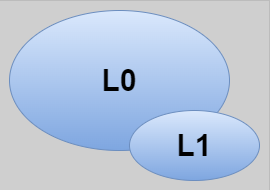
The draw.io diagram docs/assets/testing/legend-L0-L1.drawio.png in ready-to-release/eac, before a commit. Source tidied: cells renumbered, new cells last; positions are measured from the earlier drawing's top-left corner, leaving out a move shared by most shapes.
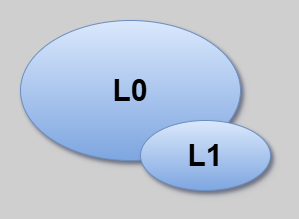
Above is the later version.

Change to the diagram source:
```diff
@@ -1,15 +1,15 @@
-<mxGraphModel background="#CFCFCF">
+<mxGraphModel background="#CFCFCF" shadow="1">
   <root>
     <mxCell id="0" />
     <mxCell id="1" parent="0" />
-    <mxCell id="2" style="group;strokeColor=#616161;dashed=1;dashPattern=12 12;strokeWidth=0;" parent="1" vertex="1">
-      <mxGeometry width="270" height="190" as="geometry" />
-    </mxCell>
-    <mxCell id="3" value="&lt;b&gt;&lt;font style=&quot;font-size: 30px;&quot;&gt;L0&lt;/font&gt;&lt;/b&gt;" style="ellipse;whiteSpace=wrap;html=1;fillColor=#dae8fc;strokeColor=#6c8ebf;gradientColor=#7ea6e0;" parent="1" vertex="1">
+    <mxCell id="3" value="&lt;b&gt;&lt;font style=&quot;font-size: 30px;&quot;&gt;L0&lt;/font&gt;&lt;/b&gt;" style="ellipse;whiteSpace=wrap;html=1;fillColor=#dae8fc;strokeColor=#6c8ebf;gradientColor=#7ea6e0;shadow=1;" parent="1" vertex="1">
       <mxGeometry x="10" y="10" width="220" height="140" as="geometry" />
     </mxCell>
-    <mxCell id="4" value="&lt;b&gt;&lt;font style=&quot;font-size: 30px;&quot;&gt;L1&lt;/font&gt;&lt;/b&gt;" style="ellipse;whiteSpace=wrap;html=1;fillColor=#dae8fc;strokeColor=#6c8ebf;gradientColor=#7ea6e0;" parent="1" vertex="1">
+    <mxCell id="4" value="&lt;b&gt;&lt;font style=&quot;font-size: 30px;&quot;&gt;L1&lt;/font&gt;&lt;/b&gt;" style="ellipse;whiteSpace=wrap;html=1;fillColor=#dae8fc;strokeColor=#6c8ebf;gradientColor=#7ea6e0;shadow=1;" parent="1" vertex="1">
       <mxGeometry x="130" y="110" width="130" height="70" as="geometry" />
     </mxCell>
+    <mxCell id="5" style="rounded=0;strokeColor=none;fillColor=none;" parent="1" vertex="1">
+      <mxGeometry x="-10" y="-10" width="288" height="208" as="geometry" />
+    </mxCell>
   </root>
 </mxGraphModel>
```
